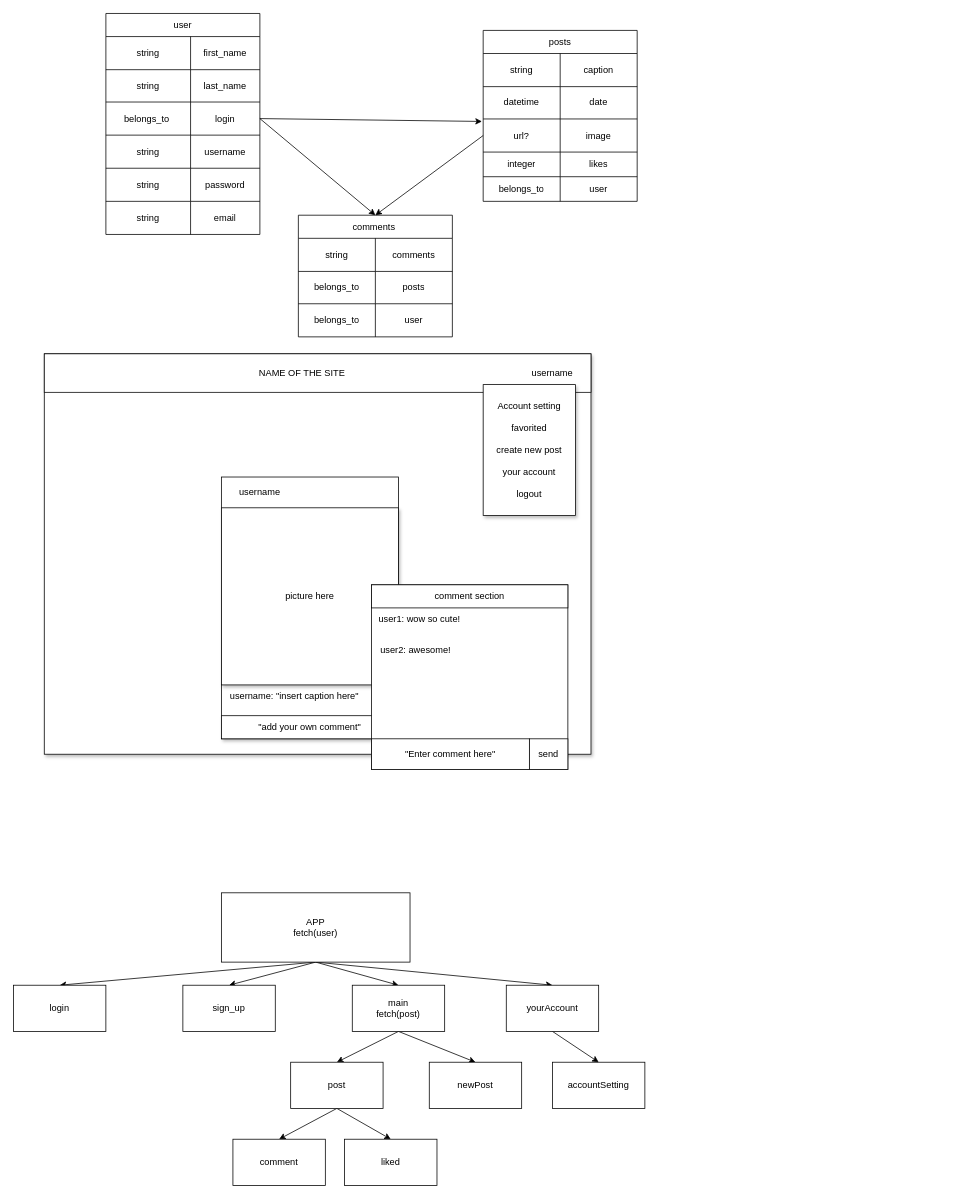
Before: backend/USER.drawio in uyggnues/phase-3-project, a draw.io diagram. Source tidied: cells renumbered, new cells numbered last; positions are measured from the earlier drawing's top-left corner, leaving out a move shared by most shapes. Both pictures are drawn from the tidied source at 77%, with x=0, y=0 at pixel (13, 13).
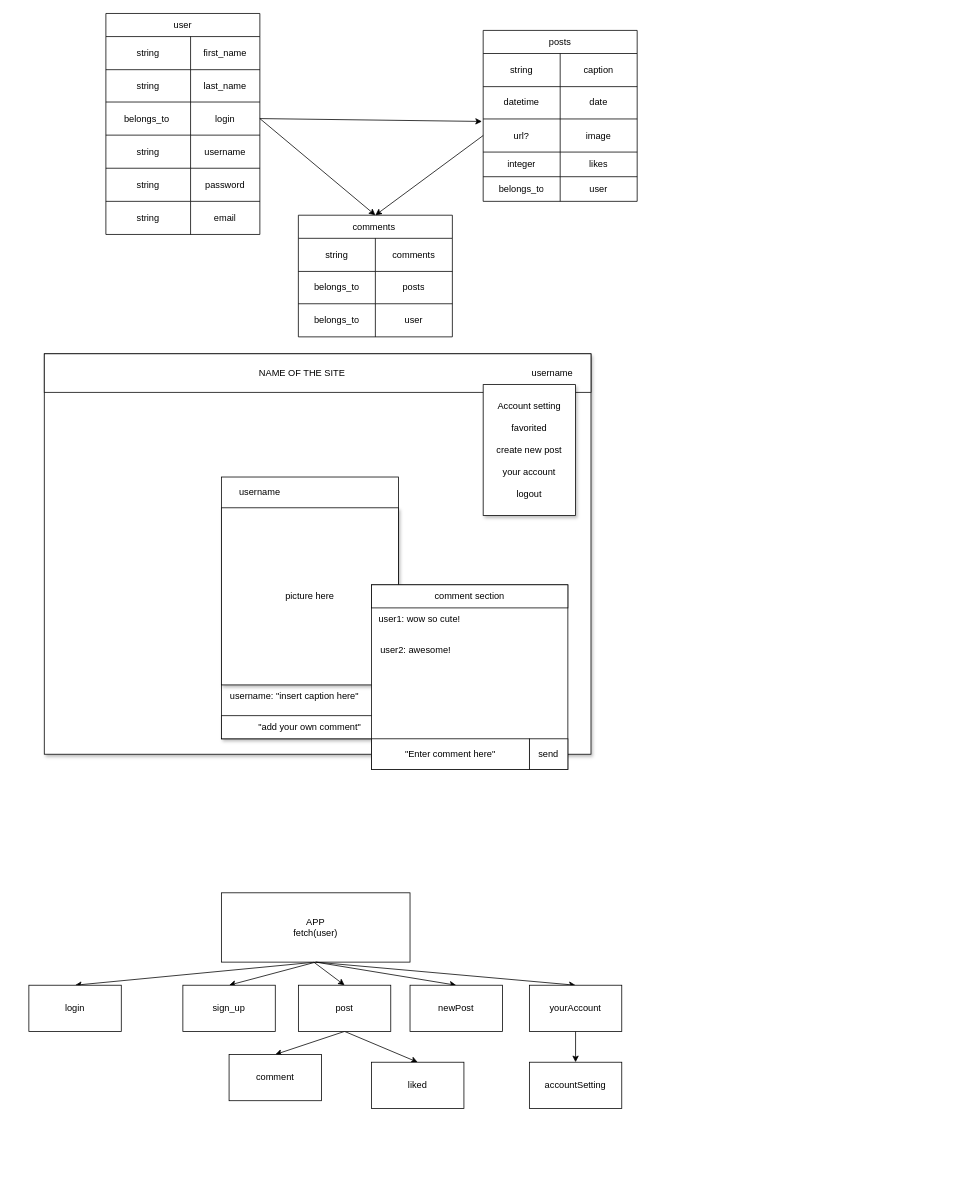
The same diagram, later.

The change refers to these unchanged cells:
```xml
<mxCell id="71" value="APP&lt;br&gt;fetch(user)" style="whiteSpace=wrap;html=1;" parent="1" vertex="1">
  <mxGeometry x="270" y="1142" width="245" height="90" as="geometry" />
</mxCell>
```

Diff of the diagram source:
```diff
@@
-    <mxCell id="69" style="edgeStyle=none;html=1;exitX=0.5;exitY=1;exitDx=0;exitDy=0;entryX=0.5;entryY=0;entryDx=0;entryDy=0;" parent="1" edge="1" source="71" target="76">
-      <mxGeometry relative="1" as="geometry" />
-    </mxCell>
-    <mxCell id="70" style="edgeStyle=none;html=1;exitX=0.5;exitY=1;exitDx=0;exitDy=0;entryX=0.5;entryY=0;entryDx=0;entryDy=0;" parent="1" edge="1" source="71" target="85">
-      <mxGeometry relative="1" as="geometry" />
-    </mxCell>
@@
     <mxCell id="72" value="login" style="whiteSpace=wrap;html=1;" parent="1" vertex="1">
-      <mxGeometry y="1262" width="120" height="60" as="geometry" />
+      <mxGeometry x="20" y="1262" width="120" height="60" as="geometry" />
     </mxCell>
@@
-    <mxCell id="74" style="edgeStyle=none;html=1;exitX=0.5;exitY=1;exitDx=0;exitDy=0;entryX=0.5;entryY=0;entryDx=0;entryDy=0;" parent="1" edge="1" source="76" target="79">
-      <mxGeometry relative="1" as="geometry" />
+    <mxCell id="74" style="edgeStyle=none;html=1;entryX=0.5;entryY=0;entryDx=0;entryDy=0;" parent="1" edge="1" target="79">
+      <mxGeometry relative="1" as="geometry">
+        <mxPoint x="390" y="1232" as="sourcePoint" />
+      </mxGeometry>
     </mxCell>
-    <mxCell id="75" style="edgeStyle=none;html=1;exitX=0.5;exitY=1;exitDx=0;exitDy=0;entryX=0.5;entryY=0;entryDx=0;entryDy=0;" parent="1" edge="1" source="76" target="83">
+    <mxCell id="75" style="edgeStyle=none;html=1;exitX=0.5;exitY=1;exitDx=0;exitDy=0;entryX=0.5;entryY=0;entryDx=0;entryDy=0;" parent="1" edge="1" source="71" target="83">
       <mxGeometry relative="1" as="geometry" />
     </mxCell>
-    <mxCell id="76" value="main&lt;br&gt;fetch(post)" style="whiteSpace=wrap;html=1;" parent="1" vertex="1">
-      <mxGeometry x="440" y="1262" width="120" height="60" as="geometry" />
-    </mxCell>
+    <mxCell id="70" style="edgeStyle=none;html=1;exitX=0.5;exitY=1;exitDx=0;exitDy=0;entryX=0.5;entryY=0;entryDx=0;entryDy=0;" parent="1" edge="1" source="71" target="85">
+      <mxGeometry relative="1" as="geometry" />
+    </mxCell>
@@
     <mxCell id="79" value="post" style="whiteSpace=wrap;html=1;" parent="1" vertex="1">
-      <mxGeometry x="360" y="1362" width="120" height="60" as="geometry" />
+      <mxGeometry x="370" y="1262" width="120" height="60" as="geometry" />
     </mxCell>
     <mxCell id="80" value="comment" style="whiteSpace=wrap;html=1;" parent="1" vertex="1">
-      <mxGeometry x="285" y="1462" width="120" height="60" as="geometry" />
+      <mxGeometry x="280" y="1352" width="120" height="60" as="geometry" />
     </mxCell>
     <mxCell id="81" value="accountSetting" style="whiteSpace=wrap;html=1;" parent="1" vertex="1">
-      <mxGeometry x="700" y="1362" width="120" height="60" as="geometry" />
+      <mxGeometry x="670" y="1362" width="120" height="60" as="geometry" />
     </mxCell>
     <mxCell id="82" value="liked" style="whiteSpace=wrap;html=1;" parent="1" vertex="1">
-      <mxGeometry x="430" y="1462" width="120" height="60" as="geometry" />
+      <mxGeometry x="465" y="1362" width="120" height="60" as="geometry" />
     </mxCell>
     <mxCell id="83" value="newPost" style="whiteSpace=wrap;html=1;" parent="1" vertex="1">
-      <mxGeometry x="540" y="1362" width="120" height="60" as="geometry" />
+      <mxGeometry x="515" y="1262" width="120" height="60" as="geometry" />
     </mxCell>
@@
     <mxCell id="85" value="yourAccount" style="whiteSpace=wrap;html=1;" parent="1" vertex="1">
-      <mxGeometry x="640" y="1262" width="120" height="60" as="geometry" />
+      <mxGeometry x="670" y="1262" width="120" height="60" as="geometry" />
     </mxCell>
```
